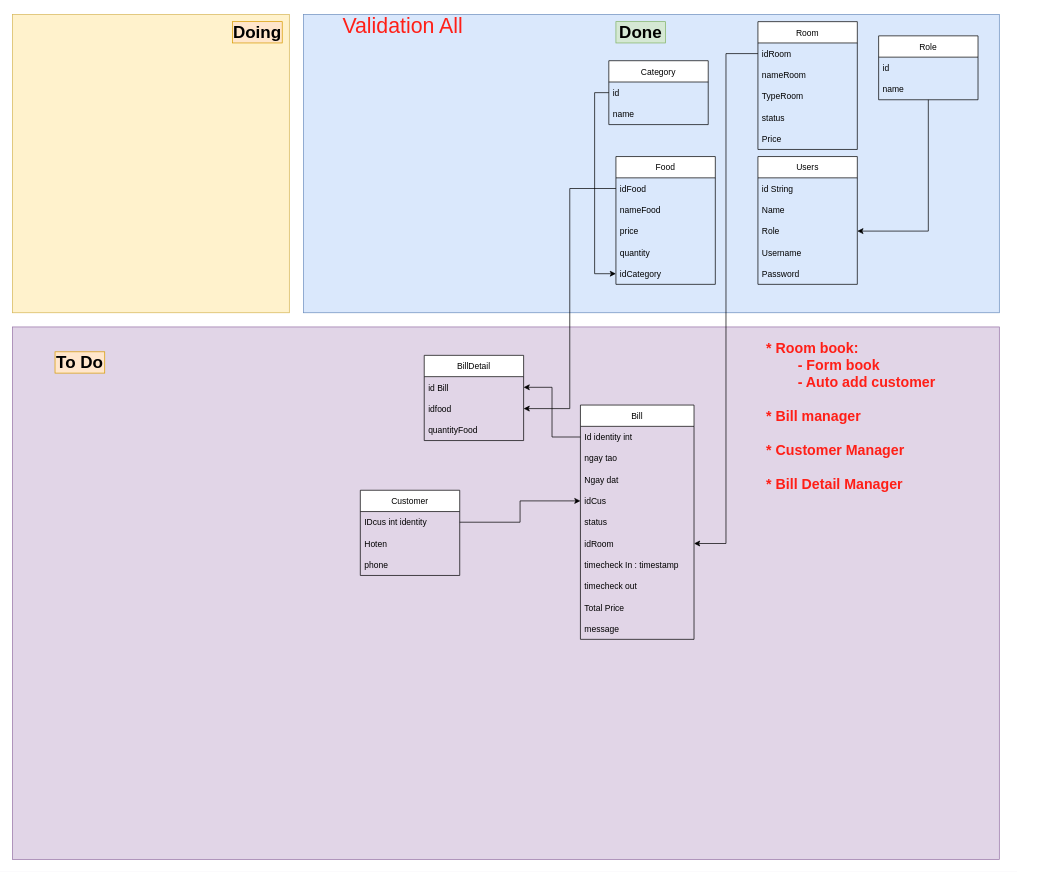
Earlier version of the draw.io diagram Diagram.drawio (tranvancu185/karaokeweb). Source tidied: cells renumbered, new cells numbered last; positions are measured from the earlier drawing's top-left corner, leaving out a move shared by most shapes. Both pictures are drawn from the tidied source at 71%, with x=0, y=0 at pixel (12, 14).
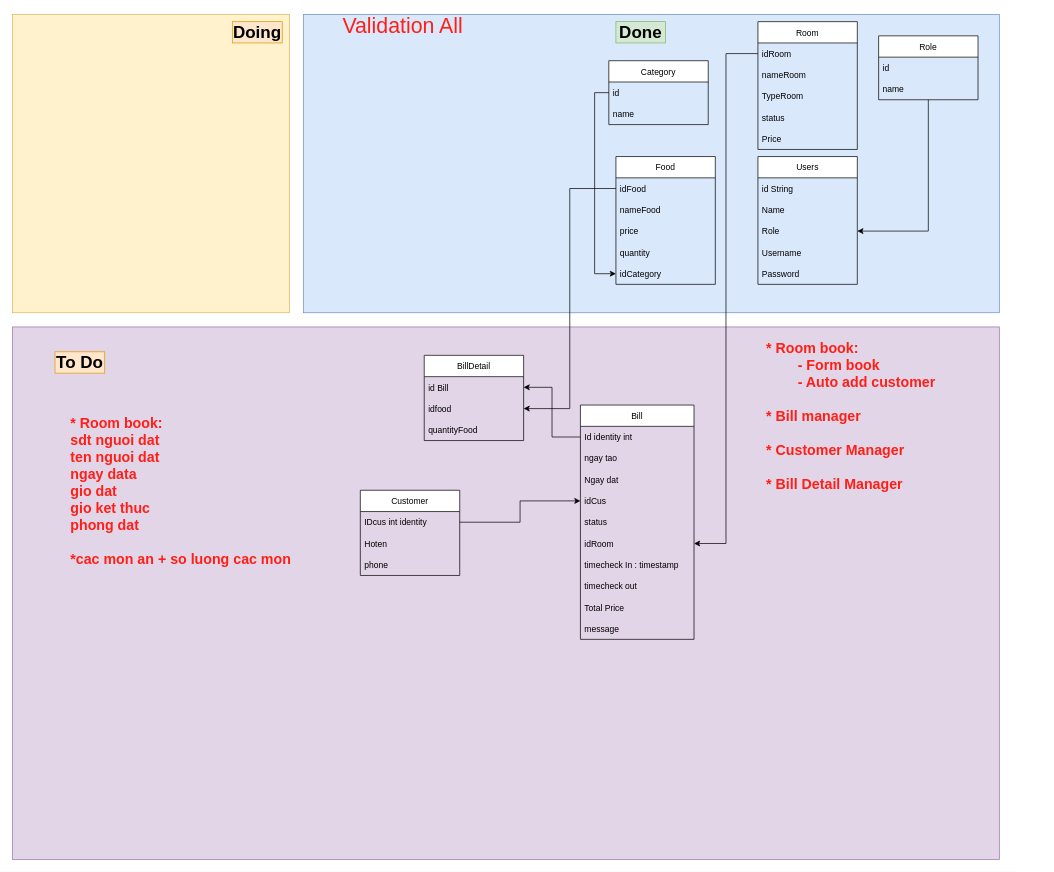
Above is the later version.

Commit message (it also covers changes not shown here):
#2:00 23/12/2021 form Book

Diff of the diagram source:
```diff
@@
+    <mxCell id="59" value="&lt;b style=&quot;font-size: 20px&quot;&gt;&lt;font style=&quot;font-size: 20px&quot; color=&quot;#ff1f17&quot;&gt;* Room book:&lt;br&gt;sdt nguoi dat&lt;br&gt;ten nguoi dat&lt;br&gt;ngay data&lt;br&gt;gio dat&lt;br&gt;gio ket thuc&lt;br&gt;phong dat&lt;br&gt;&lt;br&gt;*cac mon an + so luong cac mon&lt;br&gt;&lt;br&gt;&lt;/font&gt;&lt;/b&gt;&lt;div style=&quot;font-size: 20px&quot;&gt;&lt;b&gt;&lt;font style=&quot;font-size: 20px&quot; color=&quot;#ff1f17&quot;&gt;&lt;br&gt;&lt;/font&gt;&lt;/b&gt;&lt;/div&gt;" style="text;html=1;strokeColor=none;fillColor=none;align=left;verticalAlign=middle;whiteSpace=wrap;rounded=0;" parent="1" vertex="1">
+      <mxGeometry x="80" y="560" width="390" height="270" as="geometry" />
+    </mxCell>
```
